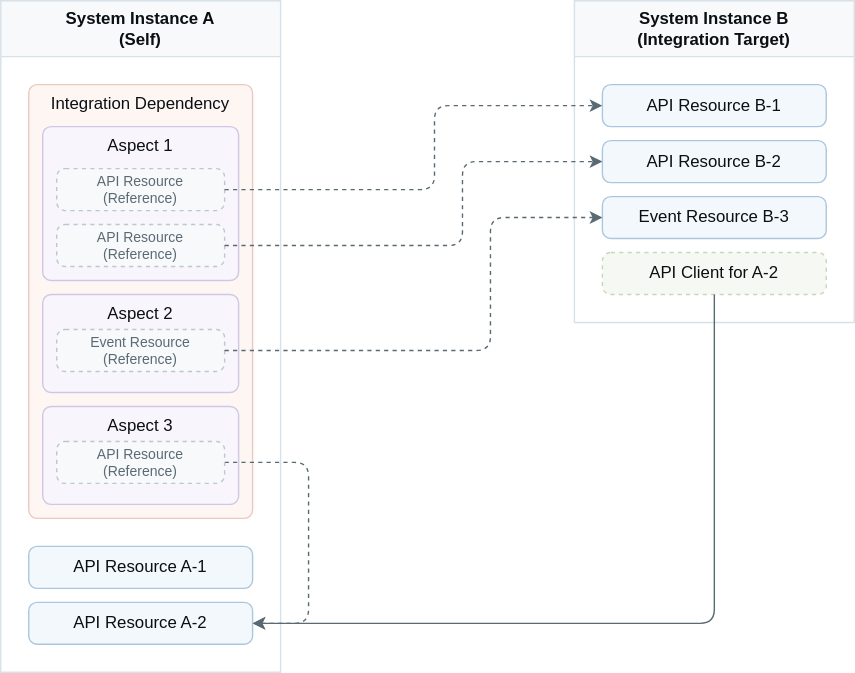
open-resource-discovery/specification keeps this draw.io diagram as static/img/integration-dependency.drawio.svg. Above is the earlier version. Source tidied: cells renumbered, new cells last; positions are measured from the earlier drawing's top-left corner, leaving out a move shared by most shapes. Source of this version:
```xml
<mxGraphModel>
  <root>
    <mxCell id="0" />
    <mxCell id="1" parent="0" />
    <mxCell id="2" value="System Instance A&lt;br&gt;(Self)" style="swimlane;whiteSpace=wrap;html=1;startSize=40;fontColor=#25343e;fillColor=#f8f9fb;swimlaneFillColor=#ffffff;strokeColor=#d8e1e7;" parent="1" vertex="1">
      <mxGeometry width="200" height="480" as="geometry" />
    </mxCell>
    <mxCell id="3" value="API Resource A-1" style="rounded=1;whiteSpace=wrap;html=1;fillColor=#f3f8fd;strokeColor=#aac7df;fontColor=#0a0f12;arcSize=12;absoluteArcSize=1;" parent="2" vertex="1">
      <mxGeometry x="20" y="390" width="160" height="30" as="geometry" />
    </mxCell>
    <mxCell id="4" value="API Resource A-2" style="rounded=1;whiteSpace=wrap;html=1;fillColor=#f3f8fd;strokeColor=#aac7df;fontColor=#0a0f12;arcSize=12;absoluteArcSize=1;" parent="2" vertex="1">
      <mxGeometry x="20" y="430" width="160" height="30" as="geometry" />
    </mxCell>
    <mxCell id="5" value="Integration Dependency" style="rounded=1;whiteSpace=wrap;html=1;verticalAlign=top;fillColor=#fdf6f3;strokeColor=#ecc9bf;fontColor=#0a0f12;arcSize=12;absoluteArcSize=1;" parent="2" vertex="1">
      <mxGeometry x="20" y="60" width="160" height="310" as="geometry" />
    </mxCell>
    <mxCell id="6" value="Aspect 1" style="rounded=1;whiteSpace=wrap;html=1;verticalAlign=top;fillColor=#f8f5fc;strokeColor=#d0c6e5;fontColor=#0a0f12;arcSize=12;absoluteArcSize=1;" parent="2" vertex="1">
      <mxGeometry x="30" y="90" width="140" height="110" as="geometry" />
    </mxCell>
    <mxCell id="7" value="Aspect 2" style="rounded=1;whiteSpace=wrap;html=1;verticalAlign=top;fillColor=#f8f5fc;strokeColor=#d0c6e5;fontColor=#0a0f12;arcSize=12;absoluteArcSize=1;" parent="2" vertex="1">
      <mxGeometry x="30" y="210" width="140" height="70" as="geometry" />
    </mxCell>
    <mxCell id="8" value="API Resource&amp;nbsp;&lt;br style=&quot;font-size: 10px;&quot;&gt;(Reference)" style="rounded=1;whiteSpace=wrap;html=1;dashed=1;fillColor=#f8f9fb;strokeColor=#bcc8d0;fontColor=#5a6a73;fontSize=10;arcSize=12;absoluteArcSize=1;" parent="2" vertex="1">
      <mxGeometry x="40" y="120" width="120" height="30" as="geometry" />
    </mxCell>
    <mxCell id="9" value="API Resource&amp;nbsp;&lt;br style=&quot;border-color: var(--border-color); font-size: 10px;&quot;&gt;(Reference)" style="rounded=1;whiteSpace=wrap;html=1;dashed=1;fillColor=#f8f9fb;strokeColor=#bcc8d0;fontColor=#5a6a73;fontSize=10;arcSize=12;absoluteArcSize=1;" parent="2" vertex="1">
      <mxGeometry x="40" y="160" width="120" height="30" as="geometry" />
    </mxCell>
    <mxCell id="10" value="Event Resource (Reference)" style="rounded=1;whiteSpace=wrap;html=1;dashed=1;fillColor=#f8f9fb;strokeColor=#bcc8d0;fontColor=#5a6a73;fontSize=10;arcSize=12;absoluteArcSize=1;" parent="2" vertex="1">
      <mxGeometry x="40" y="235" width="120" height="30" as="geometry" />
    </mxCell>
    <mxCell id="11" value="Aspect 3" style="rounded=1;whiteSpace=wrap;html=1;verticalAlign=top;fillColor=#f8f5fc;strokeColor=#d0c6e5;fontColor=#0a0f12;arcSize=12;absoluteArcSize=1;" parent="2" vertex="1">
      <mxGeometry x="30" y="290" width="140" height="70" as="geometry" />
    </mxCell>
    <mxCell id="12" style="edgeStyle=none;html=1;entryX=1;entryY=0.5;entryDx=0;entryDy=0;dashed=1;fontColor=#0a0f12;strokeColor=#5a6a73;" parent="2" edge="1" source="13" target="4">
      <mxGeometry relative="1" as="geometry">
        <Array as="points">
          <mxPoint x="220" y="330" />
          <mxPoint x="220" y="445" />
        </Array>
      </mxGeometry>
    </mxCell>
    <mxCell id="13" value="API Resource&amp;nbsp;&lt;br style=&quot;border-color: var(--border-color); font-size: 10px;&quot;&gt;(Reference)" style="rounded=1;whiteSpace=wrap;html=1;dashed=1;fillColor=#f8f9fb;strokeColor=#bcc8d0;fontColor=#5a6a73;fontSize=10;arcSize=12;absoluteArcSize=1;" parent="2" vertex="1">
      <mxGeometry x="40" y="315" width="120" height="30" as="geometry" />
    </mxCell>
    <mxCell id="14" value="System Instance B &lt;br&gt;(Integration Target)" style="swimlane;whiteSpace=wrap;html=1;startSize=40;fontColor=#25343e;fillColor=#f8f9fb;swimlaneFillColor=#ffffff;strokeColor=#d8e1e7;" parent="1" vertex="1">
      <mxGeometry x="410" width="200" height="230" as="geometry" />
    </mxCell>
    <mxCell id="15" value="API Resource B-1" style="rounded=1;whiteSpace=wrap;html=1;fillColor=#f3f8fd;strokeColor=#aac7df;fontColor=#0a0f12;arcSize=12;absoluteArcSize=1;" parent="14" vertex="1">
      <mxGeometry x="20" y="60" width="160" height="30" as="geometry" />
    </mxCell>
    <mxCell id="16" value="API Resource B-2" style="rounded=1;whiteSpace=wrap;html=1;fillColor=#f3f8fd;strokeColor=#aac7df;fontColor=#0a0f12;arcSize=12;absoluteArcSize=1;" parent="14" vertex="1">
      <mxGeometry x="20" y="100" width="160" height="30" as="geometry" />
    </mxCell>
    <mxCell id="17" value="Event Resource B-3" style="rounded=1;whiteSpace=wrap;html=1;fillColor=#f3f8fd;strokeColor=#aac7df;fontColor=#0a0f12;arcSize=12;absoluteArcSize=1;" parent="14" vertex="1">
      <mxGeometry x="20" y="140" width="160" height="30" as="geometry" />
    </mxCell>
    <mxCell id="18" value="API Client for A-2" style="rounded=1;whiteSpace=wrap;html=1;fillColor=#f6f9f3;strokeColor=#c7d7ba;dashed=1;fontColor=#0a0f12;arcSize=12;absoluteArcSize=1;" parent="14" vertex="1">
      <mxGeometry x="20" y="180" width="160" height="30" as="geometry" />
    </mxCell>
    <mxCell id="19" style="edgeStyle=none;html=1;entryX=0;entryY=0.5;entryDx=0;entryDy=0;dashed=1;fontColor=#0a0f12;strokeColor=#5a6a73;" parent="1" edge="1" source="8" target="15">
      <mxGeometry relative="1" as="geometry">
        <Array as="points">
          <mxPoint x="310" y="135" />
          <mxPoint x="310" y="75" />
        </Array>
      </mxGeometry>
    </mxCell>
    <mxCell id="20" style="edgeStyle=none;html=1;entryX=0;entryY=0.5;entryDx=0;entryDy=0;dashed=1;fontColor=#0a0f12;strokeColor=#5a6a73;" parent="1" edge="1" source="9" target="16">
      <mxGeometry relative="1" as="geometry">
        <Array as="points">
          <mxPoint x="330" y="175" />
          <mxPoint x="330" y="115" />
        </Array>
      </mxGeometry>
    </mxCell>
    <mxCell id="21" style="edgeStyle=none;html=1;entryX=0;entryY=0.5;entryDx=0;entryDy=0;dashed=1;fontColor=#0a0f12;strokeColor=#5a6a73;" parent="1" edge="1" source="10" target="17">
      <mxGeometry relative="1" as="geometry">
        <Array as="points">
          <mxPoint x="350" y="250" />
          <mxPoint x="350" y="155" />
        </Array>
      </mxGeometry>
    </mxCell>
    <mxCell id="22" style="edgeStyle=none;html=1;entryX=1;entryY=0.5;entryDx=0;entryDy=0;fontColor=#0a0f12;strokeColor=#5a6a73;" parent="1" edge="1" source="18" target="4">
      <mxGeometry relative="1" as="geometry">
        <Array as="points">
          <mxPoint x="510" y="445" />
        </Array>
      </mxGeometry>
    </mxCell>
  </root>
</mxGraphModel>
```
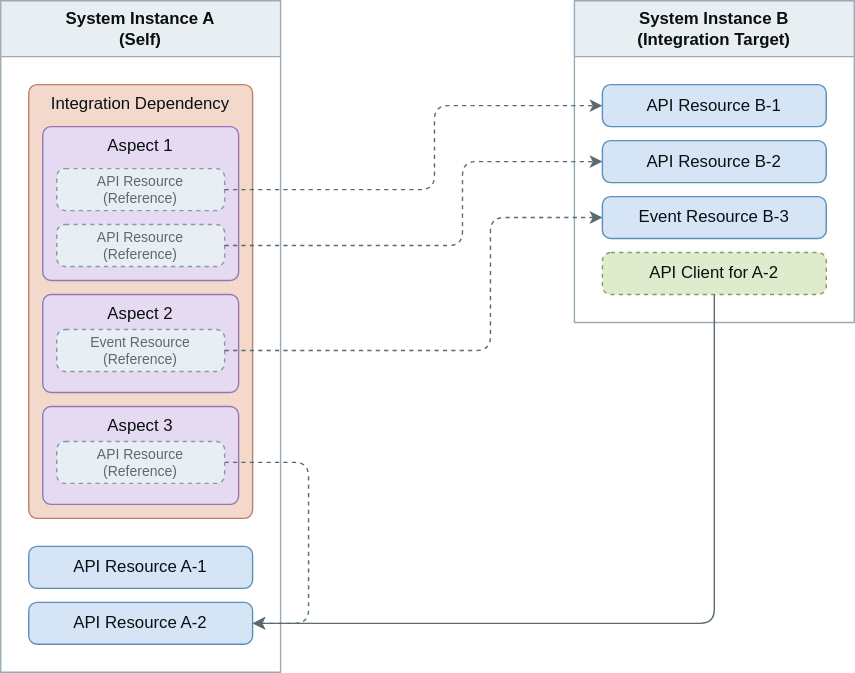
After the change.

Commit message:
style: strengthen shared diagram color contrast

What changed in the source:
```diff
@@ -2,34 +2,34 @@
   <root>
     <mxCell id="0" />
     <mxCell id="1" parent="0" />
-    <mxCell id="2" value="System Instance A&lt;br&gt;(Self)" style="swimlane;whiteSpace=wrap;html=1;startSize=40;fontColor=#25343e;fillColor=#f8f9fb;swimlaneFillColor=#ffffff;strokeColor=#d8e1e7;" parent="1" vertex="1">
+    <mxCell id="2" value="System Instance A&lt;br&gt;(Self)" style="swimlane;whiteSpace=wrap;html=1;startSize=40;fontColor=#25343e;fillColor=#e9eef3;swimlaneFillColor=#ffffff;strokeColor=#9aabb7;" parent="1" vertex="1">
       <mxGeometry width="200" height="480" as="geometry" />
     </mxCell>
-    <mxCell id="3" value="API Resource A-1" style="rounded=1;whiteSpace=wrap;html=1;fillColor=#f3f8fd;strokeColor=#aac7df;fontColor=#0a0f12;arcSize=12;absoluteArcSize=1;" parent="2" vertex="1">
+    <mxCell id="3" value="API Resource A-1" style="rounded=1;whiteSpace=wrap;html=1;fillColor=#d5e5f6;strokeColor=#5c8fb9;fontColor=#0a0f12;arcSize=12;absoluteArcSize=1;" parent="2" vertex="1">
       <mxGeometry x="20" y="390" width="160" height="30" as="geometry" />
     </mxCell>
-    <mxCell id="4" value="API Resource A-2" style="rounded=1;whiteSpace=wrap;html=1;fillColor=#f3f8fd;strokeColor=#aac7df;fontColor=#0a0f12;arcSize=12;absoluteArcSize=1;" parent="2" vertex="1">
+    <mxCell id="4" value="API Resource A-2" style="rounded=1;whiteSpace=wrap;html=1;fillColor=#d5e5f6;strokeColor=#5c8fb9;fontColor=#0a0f12;arcSize=12;absoluteArcSize=1;" parent="2" vertex="1">
       <mxGeometry x="20" y="430" width="160" height="30" as="geometry" />
     </mxCell>
-    <mxCell id="5" value="Integration Dependency" style="rounded=1;whiteSpace=wrap;html=1;verticalAlign=top;fillColor=#fdf6f3;strokeColor=#ecc9bf;fontColor=#0a0f12;arcSize=12;absoluteArcSize=1;" parent="2" vertex="1">
+    <mxCell id="5" value="Integration Dependency" style="rounded=1;whiteSpace=wrap;html=1;verticalAlign=top;fillColor=#f3d8cc;strokeColor=#bd8069;fontColor=#0a0f12;arcSize=12;absoluteArcSize=1;" parent="2" vertex="1">
       <mxGeometry x="20" y="60" width="160" height="310" as="geometry" />
     </mxCell>
-    <mxCell id="6" value="Aspect 1" style="rounded=1;whiteSpace=wrap;html=1;verticalAlign=top;fillColor=#f8f5fc;strokeColor=#d0c6e5;fontColor=#0a0f12;arcSize=12;absoluteArcSize=1;" parent="2" vertex="1">
+    <mxCell id="6" value="Aspect 1" style="rounded=1;whiteSpace=wrap;html=1;verticalAlign=top;fillColor=#e5daf1;strokeColor=#9676b3;fontColor=#0a0f12;arcSize=12;absoluteArcSize=1;" parent="2" vertex="1">
       <mxGeometry x="30" y="90" width="140" height="110" as="geometry" />
     </mxCell>
-    <mxCell id="7" value="Aspect 2" style="rounded=1;whiteSpace=wrap;html=1;verticalAlign=top;fillColor=#f8f5fc;strokeColor=#d0c6e5;fontColor=#0a0f12;arcSize=12;absoluteArcSize=1;" parent="2" vertex="1">
+    <mxCell id="7" value="Aspect 2" style="rounded=1;whiteSpace=wrap;html=1;verticalAlign=top;fillColor=#e5daf1;strokeColor=#9676b3;fontColor=#0a0f12;arcSize=12;absoluteArcSize=1;" parent="2" vertex="1">
       <mxGeometry x="30" y="210" width="140" height="70" as="geometry" />
     </mxCell>
-    <mxCell id="8" value="API Resource&amp;nbsp;&lt;br style=&quot;font-size: 10px;&quot;&gt;(Reference)" style="rounded=1;whiteSpace=wrap;html=1;dashed=1;fillColor=#f8f9fb;strokeColor=#bcc8d0;fontColor=#5a6a73;fontSize=10;arcSize=12;absoluteArcSize=1;" parent="2" vertex="1">
+    <mxCell id="8" value="API Resource&amp;nbsp;&lt;br style=&quot;font-size: 10px;&quot;&gt;(Reference)" style="rounded=1;whiteSpace=wrap;html=1;dashed=1;fillColor=#e9eef3;strokeColor=#8799a6;fontColor=#5a6a73;fontSize=10;arcSize=12;absoluteArcSize=1;" parent="2" vertex="1">
       <mxGeometry x="40" y="120" width="120" height="30" as="geometry" />
     </mxCell>
-    <mxCell id="9" value="API Resource&amp;nbsp;&lt;br style=&quot;border-color: var(--border-color); font-size: 10px;&quot;&gt;(Reference)" style="rounded=1;whiteSpace=wrap;html=1;dashed=1;fillColor=#f8f9fb;strokeColor=#bcc8d0;fontColor=#5a6a73;fontSize=10;arcSize=12;absoluteArcSize=1;" parent="2" vertex="1">
+    <mxCell id="9" value="API Resource&amp;nbsp;&lt;br style=&quot;border-color: var(--border-color); font-size: 10px;&quot;&gt;(Reference)" style="rounded=1;whiteSpace=wrap;html=1;dashed=1;fillColor=#e9eef3;strokeColor=#8799a6;fontColor=#5a6a73;fontSize=10;arcSize=12;absoluteArcSize=1;" parent="2" vertex="1">
       <mxGeometry x="40" y="160" width="120" height="30" as="geometry" />
     </mxCell>
-    <mxCell id="10" value="Event Resource (Reference)" style="rounded=1;whiteSpace=wrap;html=1;dashed=1;fillColor=#f8f9fb;strokeColor=#bcc8d0;fontColor=#5a6a73;fontSize=10;arcSize=12;absoluteArcSize=1;" parent="2" vertex="1">
+    <mxCell id="10" value="Event Resource (Reference)" style="rounded=1;whiteSpace=wrap;html=1;dashed=1;fillColor=#e9eef3;strokeColor=#8799a6;fontColor=#5a6a73;fontSize=10;arcSize=12;absoluteArcSize=1;" parent="2" vertex="1">
       <mxGeometry x="40" y="235" width="120" height="30" as="geometry" />
     </mxCell>
-    <mxCell id="11" value="Aspect 3" style="rounded=1;whiteSpace=wrap;html=1;verticalAlign=top;fillColor=#f8f5fc;strokeColor=#d0c6e5;fontColor=#0a0f12;arcSize=12;absoluteArcSize=1;" parent="2" vertex="1">
+    <mxCell id="11" value="Aspect 3" style="rounded=1;whiteSpace=wrap;html=1;verticalAlign=top;fillColor=#e5daf1;strokeColor=#9676b3;fontColor=#0a0f12;arcSize=12;absoluteArcSize=1;" parent="2" vertex="1">
       <mxGeometry x="30" y="290" width="140" height="70" as="geometry" />
     </mxCell>
     <mxCell id="12" style="edgeStyle=none;html=1;entryX=1;entryY=0.5;entryDx=0;entryDy=0;dashed=1;fontColor=#0a0f12;strokeColor=#5a6a73;" parent="2" edge="1" source="13" target="4">
@@ -40,22 +40,22 @@
         </Array>
       </mxGeometry>
     </mxCell>
-    <mxCell id="13" value="API Resource&amp;nbsp;&lt;br style=&quot;border-color: var(--border-color); font-size: 10px;&quot;&gt;(Reference)" style="rounded=1;whiteSpace=wrap;html=1;dashed=1;fillColor=#f8f9fb;strokeColor=#bcc8d0;fontColor=#5a6a73;fontSize=10;arcSize=12;absoluteArcSize=1;" parent="2" vertex="1">
+    <mxCell id="13" value="API Resource&amp;nbsp;&lt;br style=&quot;border-color: var(--border-color); font-size: 10px;&quot;&gt;(Reference)" style="rounded=1;whiteSpace=wrap;html=1;dashed=1;fillColor=#e9eef3;strokeColor=#8799a6;fontColor=#5a6a73;fontSize=10;arcSize=12;absoluteArcSize=1;" parent="2" vertex="1">
       <mxGeometry x="40" y="315" width="120" height="30" as="geometry" />
     </mxCell>
-    <mxCell id="14" value="System Instance B &lt;br&gt;(Integration Target)" style="swimlane;whiteSpace=wrap;html=1;startSize=40;fontColor=#25343e;fillColor=#f8f9fb;swimlaneFillColor=#ffffff;strokeColor=#d8e1e7;" parent="1" vertex="1">
+    <mxCell id="14" value="System Instance B &lt;br&gt;(Integration Target)" style="swimlane;whiteSpace=wrap;html=1;startSize=40;fontColor=#25343e;fillColor=#e9eef3;swimlaneFillColor=#ffffff;strokeColor=#9aabb7;" parent="1" vertex="1">
       <mxGeometry x="410" width="200" height="230" as="geometry" />
     </mxCell>
-    <mxCell id="15" value="API Resource B-1" style="rounded=1;whiteSpace=wrap;html=1;fillColor=#f3f8fd;strokeColor=#aac7df;fontColor=#0a0f12;arcSize=12;absoluteArcSize=1;" parent="14" vertex="1">
+    <mxCell id="15" value="API Resource B-1" style="rounded=1;whiteSpace=wrap;html=1;fillColor=#d5e5f6;strokeColor=#5c8fb9;fontColor=#0a0f12;arcSize=12;absoluteArcSize=1;" parent="14" vertex="1">
       <mxGeometry x="20" y="60" width="160" height="30" as="geometry" />
     </mxCell>
-    <mxCell id="16" value="API Resource B-2" style="rounded=1;whiteSpace=wrap;html=1;fillColor=#f3f8fd;strokeColor=#aac7df;fontColor=#0a0f12;arcSize=12;absoluteArcSize=1;" parent="14" vertex="1">
+    <mxCell id="16" value="API Resource B-2" style="rounded=1;whiteSpace=wrap;html=1;fillColor=#d5e5f6;strokeColor=#5c8fb9;fontColor=#0a0f12;arcSize=12;absoluteArcSize=1;" parent="14" vertex="1">
       <mxGeometry x="20" y="100" width="160" height="30" as="geometry" />
     </mxCell>
-    <mxCell id="17" value="Event Resource B-3" style="rounded=1;whiteSpace=wrap;html=1;fillColor=#f3f8fd;strokeColor=#aac7df;fontColor=#0a0f12;arcSize=12;absoluteArcSize=1;" parent="14" vertex="1">
+    <mxCell id="17" value="Event Resource B-3" style="rounded=1;whiteSpace=wrap;html=1;fillColor=#d5e5f6;strokeColor=#5c8fb9;fontColor=#0a0f12;arcSize=12;absoluteArcSize=1;" parent="14" vertex="1">
       <mxGeometry x="20" y="140" width="160" height="30" as="geometry" />
     </mxCell>
-    <mxCell id="18" value="API Client for A-2" style="rounded=1;whiteSpace=wrap;html=1;fillColor=#f6f9f3;strokeColor=#c7d7ba;dashed=1;fontColor=#0a0f12;arcSize=12;absoluteArcSize=1;" parent="14" vertex="1">
+    <mxCell id="18" value="API Client for A-2" style="rounded=1;whiteSpace=wrap;html=1;fillColor=#dfebcd;strokeColor=#829e5e;dashed=1;fontColor=#0a0f12;arcSize=12;absoluteArcSize=1;" parent="14" vertex="1">
       <mxGeometry x="20" y="180" width="160" height="30" as="geometry" />
     </mxCell>
     <mxCell id="19" style="edgeStyle=none;html=1;entryX=0;entryY=0.5;entryDx=0;entryDy=0;dashed=1;fontColor=#0a0f12;strokeColor=#5a6a73;" parent="1" edge="1" source="8" target="15">
```
